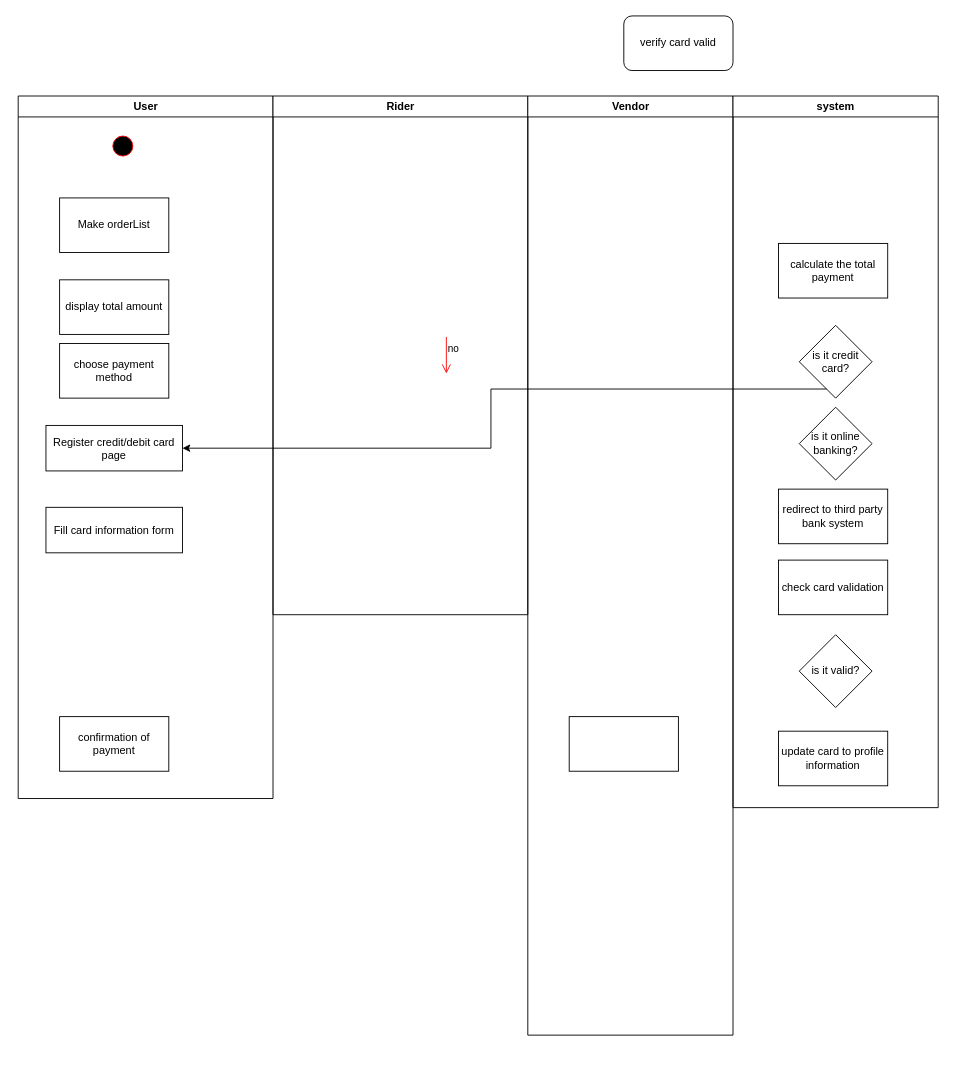
Earlier version of the draw.io diagram Untitled Diagram.drawio (HORRYZONE/SAD). Source tidied: cells renumbered, new cells numbered last; positions are measured from the earlier drawing's top-left corner, leaving out a move shared by most shapes. Both pictures are drawn from the tidied source at 91%, with x=0, y=0 at pixel (17, 15).
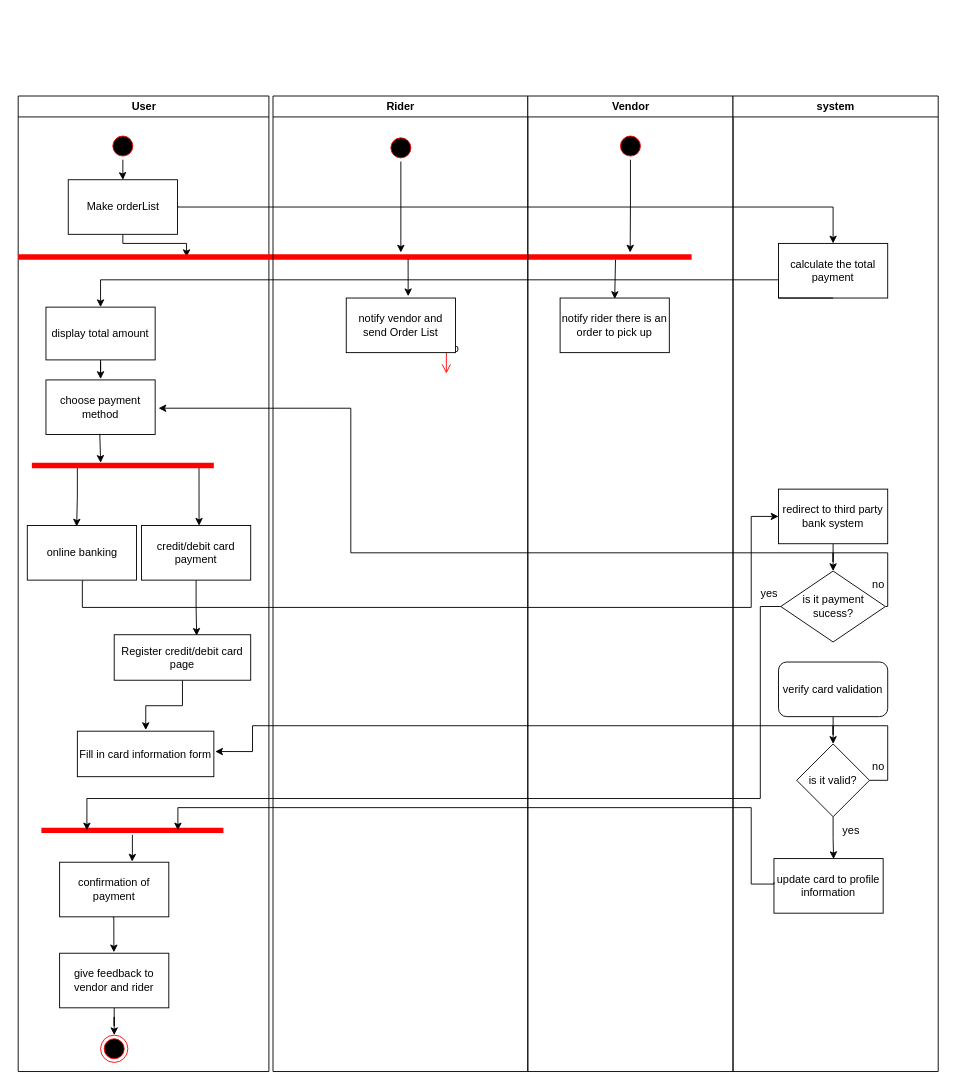
After the change.

Unchanged cells that the change refers to:
```xml
<mxCell id="3" style="ellipse;shape=startState;fillColor=#000000;strokeColor=#ff0000;" parent="2" vertex="1">
  <mxGeometry x="100" y="40" width="30" height="30" as="geometry" />
</mxCell>
<mxCell id="17" value="calculate the total payment" style="rounded=0;whiteSpace=wrap;html=1;" parent="16" vertex="1">
  <mxGeometry x="50" y="162" width="120" height="60" as="geometry" />
</mxCell>
<mxCell id="20" value="redirect to third party bank system" style="rounded=0;whiteSpace=wrap;html=1;" parent="16" vertex="1">
  <mxGeometry x="50" y="432" width="120" height="60" as="geometry" />
</mxCell>
```

Diff of the diagram source:
```diff
@@
     <mxCell id="2" value="User" style="swimlane;whiteSpace=wrap;" parent="1" vertex="1">
-      <mxGeometry x="0.5" y="88" width="280" height="772" as="geometry" />
+      <mxGeometry x="0.5" y="88" width="275.5" height="1072" as="geometry" />
     </mxCell>
+    <mxCell id="26" style="edgeStyle=orthogonalEdgeStyle;rounded=0;jettySize=auto;html=1;entryX=0.501;entryY=0.003;entryDx=0;entryDy=0;entryPerimeter=0;fillColor=#CC0000;" parent="2" edge="1" source="3" target="5">
+      <mxGeometry relative="1" as="geometry" />
+    </mxCell>
@@
+    <mxCell id="27" style="edgeStyle=orthogonalEdgeStyle;rounded=0;jettySize=auto;html=1;entryX=0.25;entryY=0.5;entryDx=0;entryDy=0;entryPerimeter=0;fillColor=#CC0000;" parent="2" edge="1" source="5" target="31">
+      <mxGeometry relative="1" as="geometry">
+        <Array as="points">
+          <mxPoint x="115" y="162" />
+          <mxPoint x="185" y="162" />
+        </Array>
+      </mxGeometry>
+    </mxCell>
     <mxCell id="5" value="Make orderList" style="rounded=0;whiteSpace=wrap;html=1;" parent="2" vertex="1">
-      <mxGeometry x="45.5" y="112" width="120" height="60" as="geometry" />
+      <mxGeometry x="55" y="92" width="120" height="60" as="geometry" />
     </mxCell>
+    <mxCell id="28" style="edgeStyle=orthogonalEdgeStyle;rounded=0;jettySize=auto;html=1;fillColor=#CC0000;entryX=0.5;entryY=-0.017;entryDx=0;entryDy=0;entryPerimeter=0;" parent="2" edge="1" source="6" target="7">
+      <mxGeometry relative="1" as="geometry" />
+    </mxCell>
     <mxCell id="6" value="display total amount" style="rounded=0;whiteSpace=wrap;html=1;" parent="2" vertex="1">
-      <mxGeometry x="45.5" y="202" width="120" height="60" as="geometry" />
+      <mxGeometry x="30.5" y="232" width="120" height="58" as="geometry" />
     </mxCell>
     <mxCell id="7" value="choose payment method" style="rounded=0;whiteSpace=wrap;html=1;" parent="2" vertex="1">
-      <mxGeometry x="45.5" y="272" width="120" height="60" as="geometry" />
+      <mxGeometry x="30.5" y="312" width="120" height="60" as="geometry" />
     </mxCell>
+    <mxCell id="29" style="edgeStyle=orthogonalEdgeStyle;rounded=0;jettySize=auto;html=1;entryX=0.501;entryY=-0.025;entryDx=0;entryDy=0;entryPerimeter=0;fillColor=#CC0000;" parent="2" edge="1" source="8" target="9">
+      <mxGeometry relative="1" as="geometry" />
+    </mxCell>
     <mxCell id="8" value="Register credit/debit card&#10;page" parent="2" vertex="1">
-      <mxGeometry x="30.5" y="362" width="150" height="50" as="geometry" />
+      <mxGeometry x="105.5" y="592" width="150" height="50" as="geometry" />
     </mxCell>
-    <mxCell id="9" value="Fill card information form" parent="2" vertex="1">
-      <mxGeometry x="30.5" y="452" width="150" height="50" as="geometry" />
+    <mxCell id="9" value="Fill in card information form" parent="2" vertex="1">
+      <mxGeometry x="65" y="698" width="150" height="50" as="geometry" />
     </mxCell>
+    <mxCell id="30" style="edgeStyle=orthogonalEdgeStyle;rounded=0;jettySize=auto;html=1;entryX=0.497;entryY=-0.017;entryDx=0;entryDy=0;entryPerimeter=0;fillColor=#CC0000;exitX=0.486;exitY=1.006;exitDx=0;exitDy=0;exitPerimeter=0;" parent="2" edge="1" source="10" target="43">
+      <mxGeometry relative="1" as="geometry" />
+    </mxCell>
     <mxCell id="10" value="confirmation of payment" style="rounded=0;whiteSpace=wrap;html=1;" parent="2" vertex="1">
-      <mxGeometry x="45.5" y="682" width="120" height="60" as="geometry" />
+      <mxGeometry x="45.5" y="842" width="120" height="60" as="geometry" />
     </mxCell>
+    <mxCell id="31" style="shape=line;html=1;strokeWidth=6;strokeColor=#ff0000;" parent="2" vertex="1">
+      <mxGeometry y="172" width="740" height="10" as="geometry" />
+    </mxCell>
+    <mxCell id="32" style="edgeStyle=orthogonalEdgeStyle;rounded=0;jettySize=auto;html=1;exitX=0.25;exitY=0.5;exitDx=0;exitDy=0;exitPerimeter=0;entryX=0.452;entryY=0.018;entryDx=0;entryDy=0;entryPerimeter=0;fillColor=#CC0000;" parent="2" edge="1" source="34" target="35">
+      <mxGeometry relative="1" as="geometry" />
+    </mxCell>
+    <mxCell id="33" style="edgeStyle=orthogonalEdgeStyle;rounded=0;jettySize=auto;html=1;entryX=0.527;entryY=0.003;entryDx=0;entryDy=0;entryPerimeter=0;fillColor=#CC0000;exitX=0.905;exitY=0.478;exitDx=0;exitDy=0;exitPerimeter=0;" parent="2" edge="1" source="34" target="37">
+      <mxGeometry relative="1" as="geometry">
+        <Array as="points">
+          <mxPoint x="199" y="406" />
+        </Array>
+      </mxGeometry>
+    </mxCell>
+    <mxCell id="34" style="shape=line;html=1;strokeWidth=6;strokeColor=#ff0000;" parent="2" vertex="1">
+      <mxGeometry x="15" y="402" width="200" height="8" as="geometry" />
+    </mxCell>
+    <mxCell id="35" value="online banking" style="rounded=0;whiteSpace=wrap;html=1;" parent="2" vertex="1">
+      <mxGeometry x="10" y="472" width="120" height="60" as="geometry" />
+    </mxCell>
+    <mxCell id="36" style="edgeStyle=orthogonalEdgeStyle;rounded=0;jettySize=auto;html=1;entryX=0.604;entryY=0.022;entryDx=0;entryDy=0;entryPerimeter=0;fillColor=#CC0000;" parent="2" edge="1" source="37" target="8">
+      <mxGeometry relative="1" as="geometry" />
+    </mxCell>
+    <mxCell id="37" value="credit/debit card payment" style="rounded=0;whiteSpace=wrap;html=1;" parent="2" vertex="1">
+      <mxGeometry x="135.5" y="472" width="120" height="60" as="geometry" />
+    </mxCell>
+    <mxCell id="38" style="edgeStyle=orthogonalEdgeStyle;rounded=0;jettySize=auto;html=1;fillColor=#CC0000;entryX=0.378;entryY=0.137;entryDx=0;entryDy=0;entryPerimeter=0;exitX=0.493;exitY=0.988;exitDx=0;exitDy=0;exitPerimeter=0;" parent="2" edge="1" source="7" target="34">
+      <mxGeometry relative="1" as="geometry" />
+    </mxCell>
+    <mxCell id="39" style="edgeStyle=orthogonalEdgeStyle;rounded=0;jettySize=auto;html=1;entryX=0.664;entryY=-0.012;entryDx=0;entryDy=0;entryPerimeter=0;fillColor=#CC0000;" parent="2" edge="1" source="40" target="10">
+      <mxGeometry relative="1" as="geometry" />
+    </mxCell>
+    <mxCell id="40" style="shape=line;html=1;strokeWidth=6;strokeColor=#ff0000;" parent="2" vertex="1">
+      <mxGeometry x="25.5" y="802" width="200" height="10" as="geometry" />
+    </mxCell>
+    <mxCell id="41" style="ellipse;html=1;shape=endState;fillColor=#000000;strokeColor=#ff0000;" parent="2" vertex="1">
+      <mxGeometry x="90.5" y="1032" width="30" height="30" as="geometry" />
+    </mxCell>
+    <mxCell id="42" style="edgeStyle=orthogonalEdgeStyle;rounded=0;jettySize=auto;html=1;entryX=0.5;entryY=0;entryDx=0;entryDy=0;fillColor=#CC0000;" parent="2" edge="1" source="43" target="41">
+      <mxGeometry relative="1" as="geometry" />
+    </mxCell>
+    <mxCell id="43" value="give feedback to vendor and rider" style="rounded=0;whiteSpace=wrap;html=1;" parent="2" vertex="1">
+      <mxGeometry x="45.5" y="942" width="120" height="60" as="geometry" />
+    </mxCell>
     <mxCell id="11" value="Rider" style="swimlane;whiteSpace=wrap;" parent="1" vertex="1">
-      <mxGeometry x="280.5" y="88" width="280" height="570" as="geometry" />
+      <mxGeometry x="280.5" y="88" width="280" height="1072" as="geometry" />
     </mxCell>
@@
+    <mxCell id="15" value="notify vendor and send Order List" style="rounded=0;whiteSpace=wrap;html=1;" parent="11" vertex="1">
+      <mxGeometry x="80.5" y="222" width="120" height="60" as="geometry" />
+    </mxCell>
+    <mxCell id="44" style="ellipse;shape=startState;fillColor=#000000;strokeColor=#ff0000;" parent="11" vertex="1">
+      <mxGeometry x="125.5" y="42" width="30" height="30" as="geometry" />
+    </mxCell>
     <mxCell id="14" value="Vendor" style="swimlane;whiteSpace=wrap;" parent="1" vertex="1">
-      <mxGeometry x="560.5" y="88" width="225.5" height="1032" as="geometry" />
+      <mxGeometry x="560.5" y="88" width="225.5" height="1072" as="geometry" />
     </mxCell>
-    <mxCell id="15" style="rounded=0;whiteSpace=wrap;html=1;" parent="14" vertex="1">
-      <mxGeometry x="45.5" y="682" width="120" height="60" as="geometry" />
-    </mxCell>
+    <mxCell id="45" value="notify rider there is an order to pick up" style="rounded=0;whiteSpace=wrap;html=1;" parent="14" vertex="1">
+      <mxGeometry x="35.5" y="222" width="120" height="60" as="geometry" />
+    </mxCell>
+    <mxCell id="46" style="ellipse;shape=startState;fillColor=#000000;strokeColor=#ff0000;" parent="14" vertex="1">
+      <mxGeometry x="97.8" y="40" width="30" height="30" as="geometry" />
+    </mxCell>
     <mxCell id="16" value="system" style="swimlane;whiteSpace=wrap;" parent="1" vertex="1">
-      <mxGeometry x="786" y="88" width="225.5" height="782" as="geometry" />
+      <mxGeometry x="786" y="88" width="225.5" height="1072" as="geometry" />
     </mxCell>
@@
-    <mxCell id="18" value="is it credit card?" style="rhombus;whiteSpace=wrap;html=1;" parent="16" vertex="1">
-      <mxGeometry x="72.8" y="252" width="80" height="80" as="geometry" />
-    </mxCell>
-    <mxCell id="19" value="is it online banking?" style="rhombus;whiteSpace=wrap;html=1;" parent="16" vertex="1">
-      <mxGeometry x="72.8" y="342" width="80" height="80" as="geometry" />
-    </mxCell>
+    <mxCell id="47" style="edgeStyle=orthogonalEdgeStyle;rounded=0;jettySize=auto;html=1;entryX=0.5;entryY=0;entryDx=0;entryDy=0;fillColor=#CC0000;" parent="16" edge="1" source="20" target="50">
+      <mxGeometry relative="1" as="geometry" />
+    </mxCell>
@@
-    <mxCell id="21" value="check card validation" style="rounded=0;whiteSpace=wrap;html=1;" parent="16" vertex="1">
-      <mxGeometry x="50" y="510" width="120" height="60" as="geometry" />
-    </mxCell>
+    <mxCell id="48" style="edgeStyle=orthogonalEdgeStyle;rounded=0;jettySize=auto;html=1;entryX=0.546;entryY=0.009;entryDx=0;entryDy=0;entryPerimeter=0;fillColor=#CC0000;" parent="16" edge="1" source="22" target="23">
+      <mxGeometry relative="1" as="geometry" />
+    </mxCell>
     <mxCell id="22" value="is it valid?" style="rhombus;whiteSpace=wrap;html=1;" parent="16" vertex="1">
-      <mxGeometry x="72.8" y="592" width="80" height="80" as="geometry" />
+      <mxGeometry x="70" y="712" width="80" height="80" as="geometry" />
     </mxCell>
     <mxCell id="23" value="update card to profile information" style="rounded=0;whiteSpace=wrap;html=1;" parent="16" vertex="1">
-      <mxGeometry x="50" y="698" width="120" height="60" as="geometry" />
+      <mxGeometry x="45" y="838" width="120" height="60" as="geometry" />
     </mxCell>
+    <mxCell id="49" style="edgeStyle=orthogonalEdgeStyle;rounded=0;jettySize=auto;html=1;entryX=0.5;entryY=0;entryDx=0;entryDy=0;fillColor=#CC0000;" parent="16" edge="1" source="24" target="22">
+      <mxGeometry relative="1" as="geometry" />
+    </mxCell>
-    <mxCell id="24" value="verify card valid" style="rounded=1;whiteSpace=wrap;html=1;" parent="1" vertex="1">
-      <mxGeometry x="666" width="120" height="60" as="geometry" />
+    <mxCell id="24" value="verify card validation" style="rounded=1;whiteSpace=wrap;html=1;" parent="16" vertex="1">
+      <mxGeometry x="50" y="622" width="120" height="60" as="geometry" />
     </mxCell>
-    <mxCell id="25" style="edgeStyle=orthogonalEdgeStyle;rounded=0;jettySize=auto;html=1;entryX=1;entryY=0.5;entryDx=0;entryDy=0;" parent="1" edge="1" source="18" target="8">
-      <mxGeometry relative="1" as="geometry">
-        <Array as="points">
-          <mxPoint x="520" y="410" />
-          <mxPoint x="520" y="475" />
-        </Array>
-      </mxGeometry>
-    </mxCell>
+    <mxCell id="50" value="is it payment sucess?" style="rhombus;whiteSpace=wrap;html=1;" parent="16" vertex="1">
+      <mxGeometry x="52.5" y="522" width="115" height="78" as="geometry" />
+    </mxCell>
+    <mxCell id="51" value="no" style="text;html=1;strokeColor=none;fillColor=none;align=center;verticalAlign=middle;whiteSpace=wrap;rounded=0;" parent="16" vertex="1">
+      <mxGeometry x="130" y="522" width="60" height="30" as="geometry" />
+    </mxCell>
+    <mxCell id="52" value="yes" style="text;html=1;strokeColor=none;fillColor=none;align=center;verticalAlign=middle;whiteSpace=wrap;rounded=0;" parent="16" vertex="1">
+      <mxGeometry x="10" y="532" width="60" height="30" as="geometry" />
+    </mxCell>
+    <mxCell id="53" value="no" style="text;html=1;strokeColor=none;fillColor=none;align=center;verticalAlign=middle;whiteSpace=wrap;rounded=0;" parent="16" vertex="1">
+      <mxGeometry x="130" y="722" width="60" height="30" as="geometry" />
+    </mxCell>
+    <mxCell id="54" value="yes" style="text;html=1;strokeColor=none;fillColor=none;align=center;verticalAlign=middle;whiteSpace=wrap;rounded=0;" parent="16" vertex="1">
+      <mxGeometry x="100" y="792" width="60" height="30" as="geometry" />
+    </mxCell>
+    <mxCell id="55" style="edgeStyle=orthogonalEdgeStyle;rounded=0;jettySize=auto;html=1;exitX=1.004;exitY=0.483;exitDx=0;exitDy=0;exitPerimeter=0;" parent="1" edge="1" source="5" target="17">
+      <mxGeometry relative="1" as="geometry">
+        <Array as="points">
+          <mxPoint x="176" y="210" />
+          <mxPoint x="896" y="210" />
+        </Array>
+      </mxGeometry>
+    </mxCell>
+    <mxCell id="56" style="edgeStyle=orthogonalEdgeStyle;rounded=0;jettySize=auto;html=1;exitX=0.5;exitY=1;exitDx=0;exitDy=0;entryX=0.5;entryY=0;entryDx=0;entryDy=0;entryPerimeter=0;" parent="1" edge="1" source="17" target="6">
+      <mxGeometry relative="1" as="geometry">
+        <Array as="points">
+          <mxPoint x="836" y="310" />
+          <mxPoint x="836" y="290" />
+          <mxPoint x="91" y="290" />
+        </Array>
+      </mxGeometry>
+    </mxCell>
+    <mxCell id="57" style="edgeStyle=none;jettySize=auto;html=1;rounded=0;fillColor=#CC0000;entryX=0.567;entryY=-0.033;entryDx=0;entryDy=0;entryPerimeter=0;exitX=0.579;exitY=0.7;exitDx=0;exitDy=0;exitPerimeter=0;" parent="1" edge="1" source="31" target="15">
+      <mxGeometry relative="1" as="geometry" />
+    </mxCell>
+    <mxCell id="58" style="edgeStyle=none;jettySize=auto;html=1;rounded=0;entryX=0.5;entryY=0.017;entryDx=0;entryDy=0;entryPerimeter=0;fillColor=#CC0000;exitX=0.887;exitY=0.8;exitDx=0;exitDy=0;exitPerimeter=0;" parent="1" edge="1" source="31" target="45">
+      <mxGeometry relative="1" as="geometry" />
+    </mxCell>
+    <mxCell id="59" style="edgeStyle=orthogonalEdgeStyle;rounded=0;jettySize=auto;html=1;entryX=0;entryY=0.5;entryDx=0;entryDy=0;fillColor=#CC0000;exitX=0.513;exitY=1.018;exitDx=0;exitDy=0;exitPerimeter=0;" parent="1" edge="1" source="35" target="20">
+      <mxGeometry relative="1" as="geometry">
+        <Array as="points">
+          <mxPoint x="71" y="621" />
+          <mxPoint x="71" y="650" />
+          <mxPoint x="806" y="650" />
+          <mxPoint x="806" y="550" />
+        </Array>
+      </mxGeometry>
+    </mxCell>
+    <mxCell id="60" style="edgeStyle=orthogonalEdgeStyle;rounded=0;jettySize=auto;html=1;fillColor=#CC0000;entryX=1.031;entryY=0.518;entryDx=0;entryDy=0;entryPerimeter=0;" parent="1" edge="1" source="50" target="7">
+      <mxGeometry relative="1" as="geometry">
+        <Array as="points">
+          <mxPoint x="956" y="649" />
+          <mxPoint x="956" y="590" />
+          <mxPoint x="366" y="590" />
+          <mxPoint x="366" y="431" />
+        </Array>
+      </mxGeometry>
+    </mxCell>
+    <mxCell id="61" style="edgeStyle=orthogonalEdgeStyle;rounded=0;jettySize=auto;html=1;exitX=0;exitY=0.5;exitDx=0;exitDy=0;entryX=0.25;entryY=0.5;entryDx=0;entryDy=0;entryPerimeter=0;fillColor=#CC0000;" parent="1" edge="1" source="50" target="40">
+      <mxGeometry relative="1" as="geometry">
+        <Array as="points">
+          <mxPoint x="816" y="649" />
+          <mxPoint x="816" y="860" />
+          <mxPoint x="76" y="860" />
+        </Array>
+      </mxGeometry>
+    </mxCell>
+    <mxCell id="62" style="edgeStyle=orthogonalEdgeStyle;rounded=0;jettySize=auto;html=1;entryX=0.75;entryY=0.5;entryDx=0;entryDy=0;entryPerimeter=0;fillColor=#CC0000;exitX=0.001;exitY=0.433;exitDx=0;exitDy=0;exitPerimeter=0;" parent="1" edge="1" source="23" target="40">
+      <mxGeometry relative="1" as="geometry">
+        <Array as="points">
+          <mxPoint x="831" y="954" />
+          <mxPoint x="806" y="954" />
+          <mxPoint x="806" y="870" />
+          <mxPoint x="176" y="870" />
+        </Array>
+      </mxGeometry>
+    </mxCell>
+    <mxCell id="63" style="edgeStyle=orthogonalEdgeStyle;rounded=0;jettySize=auto;html=1;entryX=1.01;entryY=0.447;entryDx=0;entryDy=0;entryPerimeter=0;fillColor=#CC0000;exitX=1;exitY=0.5;exitDx=0;exitDy=0;" parent="1" edge="1" source="22" target="9">
+      <mxGeometry relative="1" as="geometry">
+        <Array as="points">
+          <mxPoint x="956" y="840" />
+          <mxPoint x="956" y="780" />
+          <mxPoint x="258" y="780" />
+        </Array>
+      </mxGeometry>
+    </mxCell>
+    <mxCell id="64" style="edgeStyle=orthogonalEdgeStyle;rounded=0;jettySize=auto;html=1;fillColor=#CC0000;" parent="1" edge="1" source="44">
+      <mxGeometry relative="1" as="geometry">
+        <mxPoint x="421" y="260" as="targetPoint" />
+      </mxGeometry>
+    </mxCell>
+    <mxCell id="65" style="edgeStyle=orthogonalEdgeStyle;rounded=0;jettySize=auto;html=1;exitX=0.5;exitY=1;exitDx=0;exitDy=0;fillColor=#CC0000;" parent="1" edge="1" source="46">
+      <mxGeometry relative="1" as="geometry">
+        <mxPoint x="673" y="260" as="targetPoint" />
+      </mxGeometry>
+    </mxCell>
```
